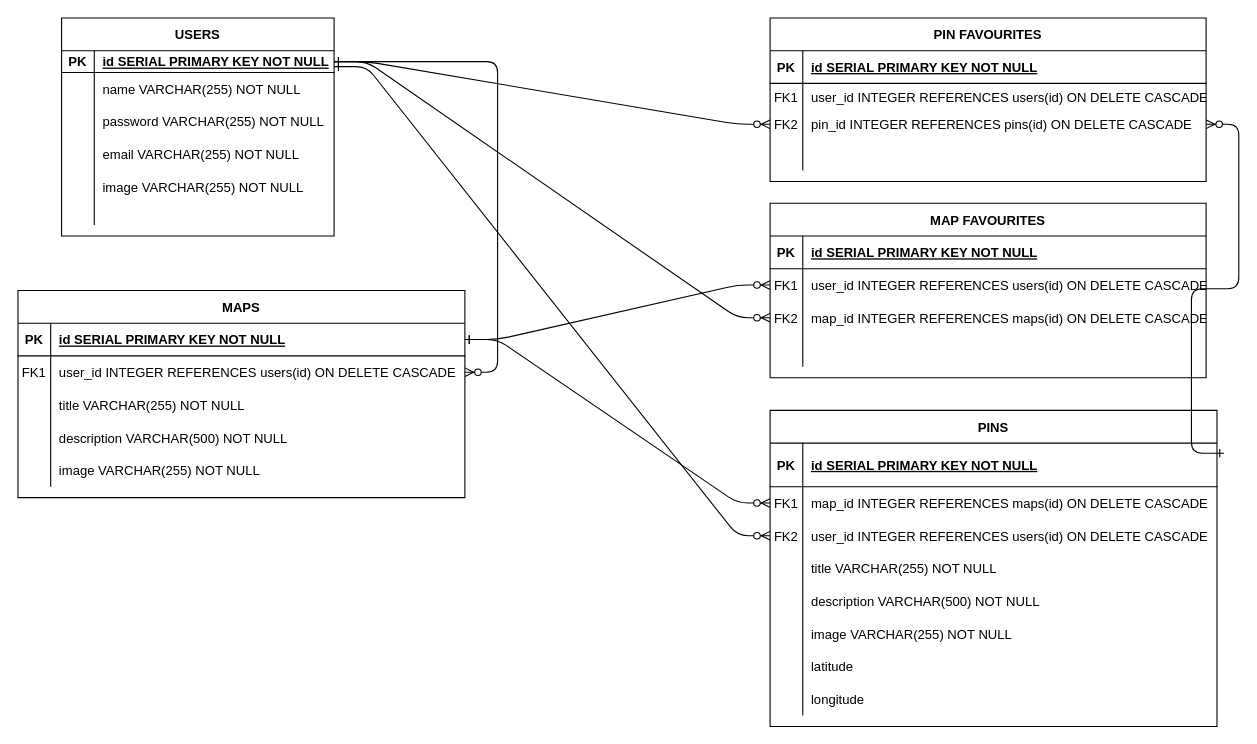
Earlier version of the draw.io diagram Untitled Diagram.drawio (Jason-Wall/lhl-midterm). Source tidied: cells renumbered, new cells numbered last; positions are measured from the earlier drawing's top-left corner, leaving out a move shared by most shapes. Both pictures are drawn from the tidied source at 109%, with x=0, y=0 at pixel (17, 17).
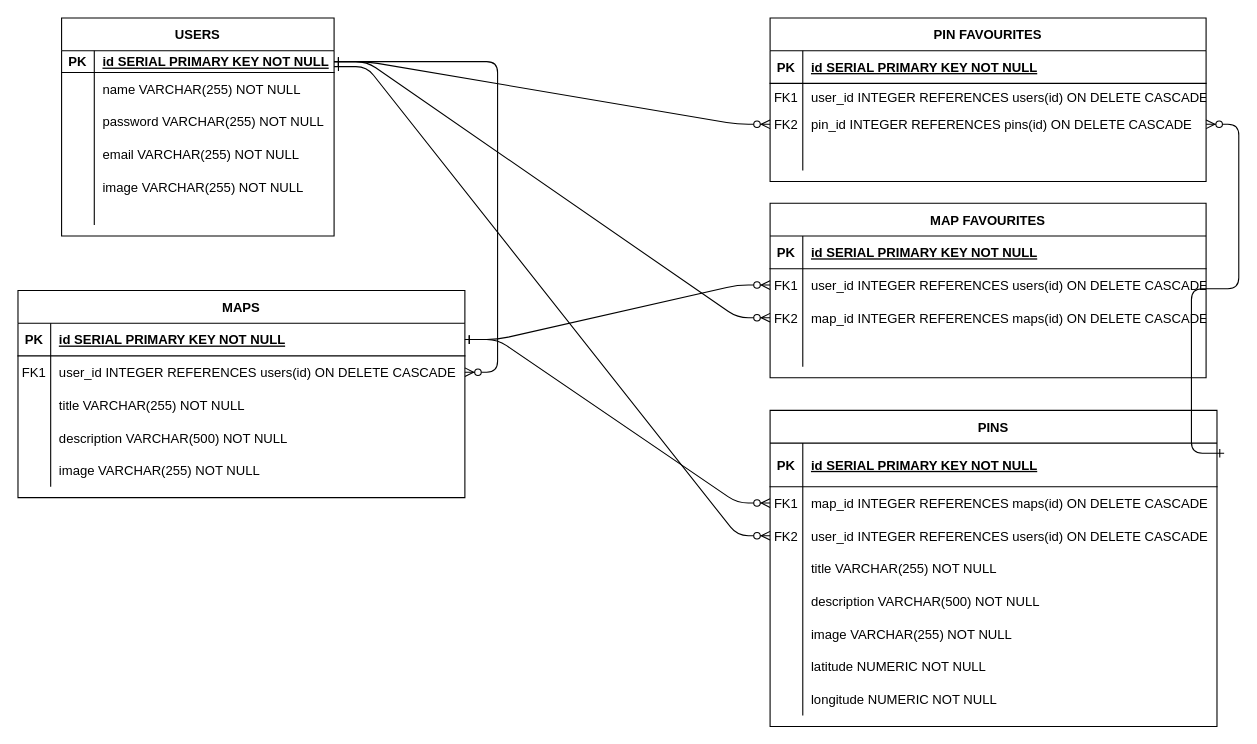
The same page after the edit.

The change refers to these unchanged cells:
```xml
<mxCell id="35" style="shape=partialRectangle;fillColor=none;top=0;left=0;right=0;bottom=0;" parent="16" vertex="1">
  <mxGeometry y="220" width="410" height="30" as="geometry" />
</mxCell>
<mxCell id="38" style="shape=partialRectangle;fillColor=none;top=0;left=0;right=0;bottom=0;" parent="16" vertex="1">
  <mxGeometry y="250" width="410" height="30" as="geometry" />
</mxCell>
```

What changed in the source:
```diff
@@
-    <mxCell id="37" value="latitude" style="shape=partialRectangle;overflow=hidden;fillColor=none;top=0;left=0;bottom=0;right=0;align=left;spacingLeft=6;" parent="35" vertex="1">
+    <mxCell id="37" value="latitude NUMERIC NOT NULL" style="shape=partialRectangle;overflow=hidden;fillColor=none;top=0;left=0;bottom=0;right=0;align=left;spacingLeft=6;" parent="35" vertex="1">
       <mxGeometry x="30" width="380" height="30" as="geometry" />
     </mxCell>
@@
-    <mxCell id="40" value="longitude" style="shape=partialRectangle;overflow=hidden;fillColor=none;top=0;left=0;bottom=0;right=0;align=left;spacingLeft=6;" parent="38" vertex="1">
+    <mxCell id="40" value="longitude NUMERIC NOT NULL" style="shape=partialRectangle;overflow=hidden;fillColor=none;top=0;left=0;bottom=0;right=0;align=left;spacingLeft=6;" parent="38" vertex="1">
       <mxGeometry x="30" width="380" height="30" as="geometry" />
     </mxCell>
```
